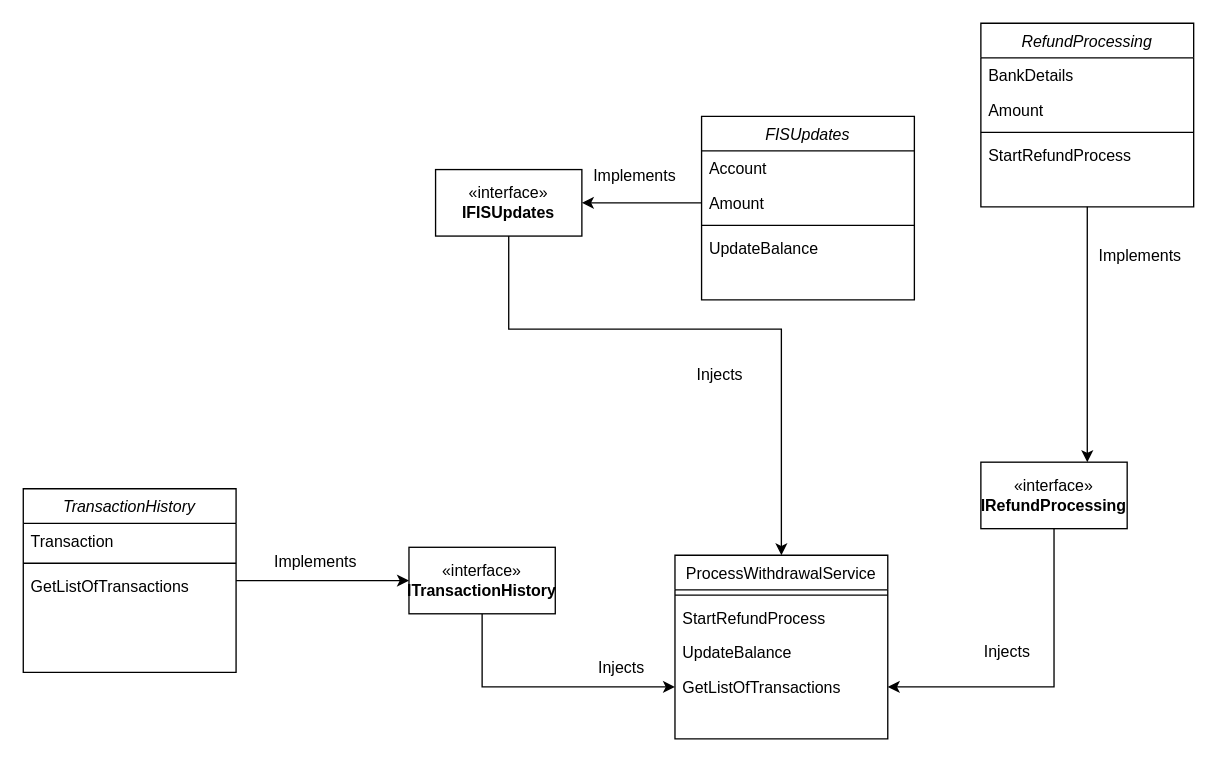
Before: CashWithdrawalsClassDiagram.drawio in mattwatts36/drawings, a draw.io diagram. Source tidied: cells renumbered, new cells numbered last; positions are measured from the earlier drawing's top-left corner, leaving out a move shared by most shapes. Both pictures are drawn from the tidied source at 133%, with x=0, y=0 at pixel (23, 23).
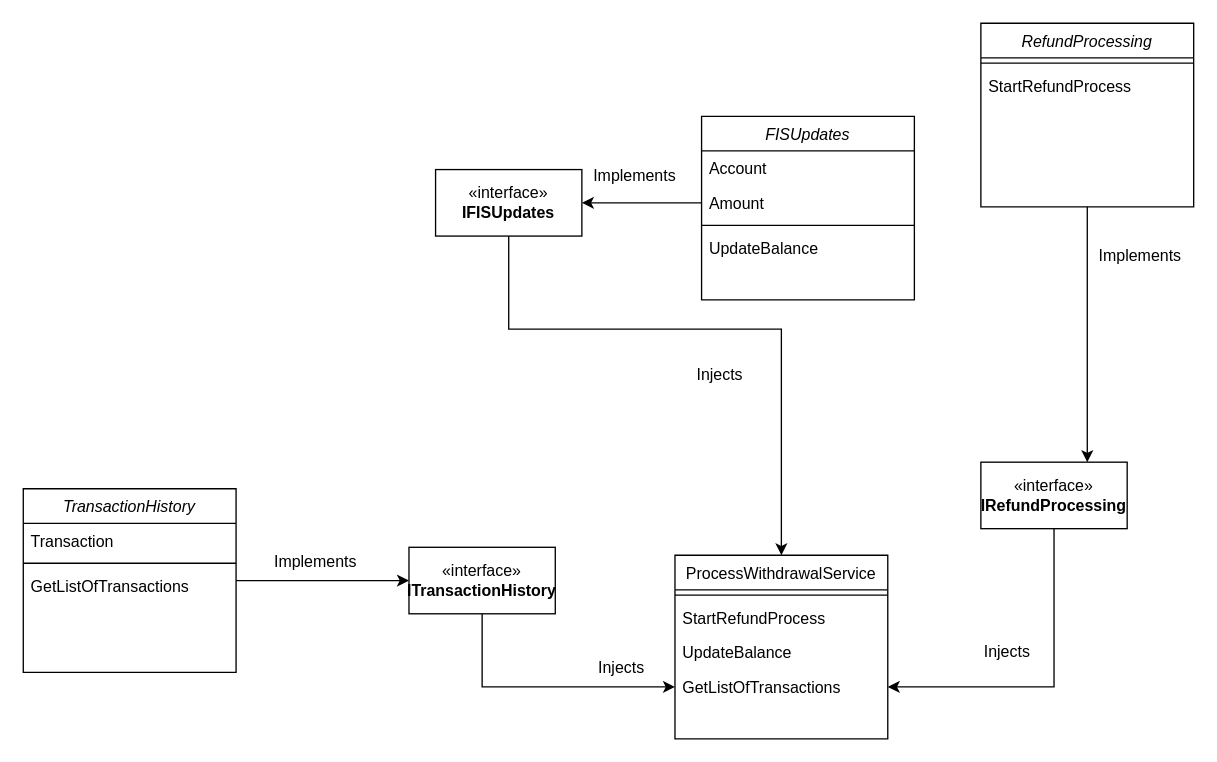
Above is the later version.

Commit message:
Remove fields from refund processing

The change refers to these unchanged cells:
```xml
<mxCell id="3" value="RefundProcessing" style="swimlane;fontStyle=2;align=center;verticalAlign=top;horizontal=1;startSize=26;rounded=0;shadow=0;strokeWidth=1;" parent="1" vertex="1">
  <mxGeometry x="720" width="160" height="138" as="geometry" />
</mxCell>
```

The edit, as a diff of the source:
```diff
@@
-    <mxCell id="4" value="BankDetails" style="text;align=left;verticalAlign=top;spacingLeft=4;spacingRight=4;overflow=hidden;" parent="3" vertex="1">
-      <mxGeometry y="26" width="160" height="26" as="geometry" />
-    </mxCell>
-    <mxCell id="5" value="Amount" style="text;align=left;verticalAlign=top;spacingLeft=4;spacingRight=4;overflow=hidden;rounded=0;shadow=0;html=0;" parent="3" vertex="1">
-      <mxGeometry y="52" width="160" height="26" as="geometry" />
-    </mxCell>
     <mxCell id="6" style="line;html=1;strokeWidth=1;align=left;verticalAlign=middle;spacingTop=-1;spacingLeft=3;spacingRight=3;labelPosition=right;" parent="3" vertex="1">
-      <mxGeometry y="78" width="160" height="8" as="geometry" />
+      <mxGeometry y="26" width="160" height="8" as="geometry" />
     </mxCell>
     <mxCell id="7" value="StartRefundProcess" style="text;align=left;verticalAlign=top;spacingLeft=4;spacingRight=4;overflow=hidden;" parent="3" vertex="1">
-      <mxGeometry y="86" width="160" height="26" as="geometry" />
+      <mxGeometry y="34" width="160" height="26" as="geometry" />
     </mxCell>
```
